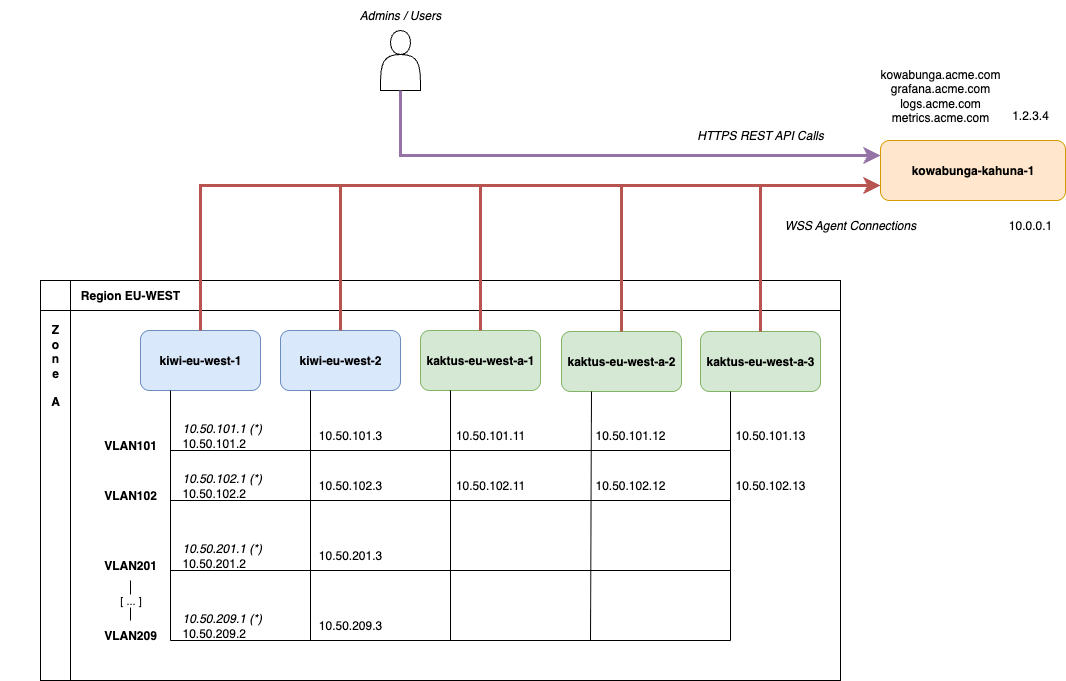
Earlier version of the draw.io export static/images/network-topology.png (kowabunga-cloud/kowabunga-cloud.github.io). Source tidied: cells renumbered, new cells last; positions are measured from the earlier drawing's top-left corner, leaving out a move shared by most shapes.
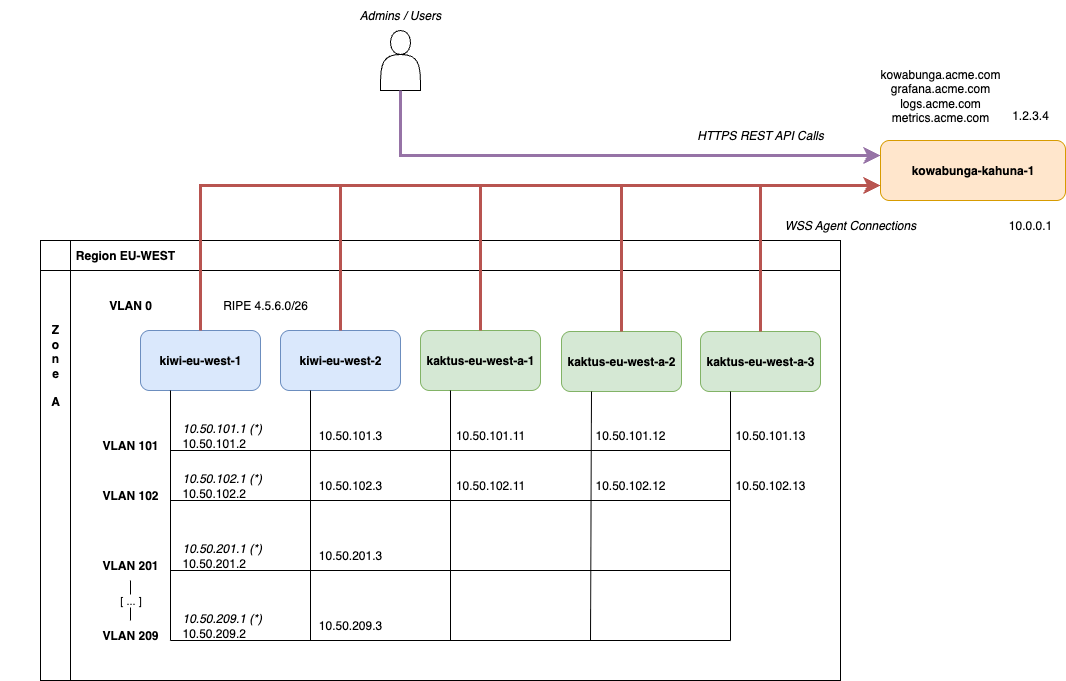
The same diagram one commit later.

Commit message:
docs: extend network topology and region's vnet/subnet creation

The edit, as a diff of the source:
```diff
@@ -3,7 +3,7 @@
     <mxCell id="0" />
     <mxCell id="1" parent="0" />
     <mxCell id="2" style="shape=internalStorage;whiteSpace=wrap;html=1;backgroundOutline=1;dx=30;dy=30;" parent="1" vertex="1">
-      <mxGeometry x="40" y="280" width="800" height="400" as="geometry" />
+      <mxGeometry x="40" y="240" width="800" height="440" as="geometry" />
     </mxCell>
     <mxCell id="3" value="kowabunga-kahuna-1" style="rounded=1;whiteSpace=wrap;html=1;fillColor=#ffe6cc;strokeColor=#d79b00;fontStyle=1;" parent="1" vertex="1">
       <mxGeometry x="880" y="140" width="185" height="60" as="geometry" />
@@ -63,7 +63,7 @@
         <mxPoint x="450" y="640" as="sourcePoint" />
       </mxGeometry>
     </mxCell>
-    <mxCell id="18" value="VLAN101" style="text;html=1;align=center;verticalAlign=middle;whiteSpace=wrap;rounded=0;fontStyle=1;" parent="1" vertex="1">
+    <mxCell id="18" value="VLAN 101" style="text;html=1;align=center;verticalAlign=middle;whiteSpace=wrap;rounded=0;fontStyle=1;" parent="1" vertex="1">
       <mxGeometry x="100" y="430" width="60" height="30" as="geometry" />
     </mxCell>
     <mxCell id="19" value="&lt;i&gt;10.50.101.1 (*)&lt;/i&gt;&lt;br&gt;10.50.101.2" style="text;html=1;align=left;verticalAlign=middle;whiteSpace=wrap;rounded=0;fontStyle=0;" parent="1" vertex="1">
@@ -87,7 +87,7 @@
         <mxPoint x="730" y="500" as="targetPoint" />
       </mxGeometry>
     </mxCell>
-    <mxCell id="25" value="VLAN102" style="text;html=1;align=center;verticalAlign=middle;whiteSpace=wrap;rounded=0;fontStyle=1;" parent="1" vertex="1">
+    <mxCell id="25" value="VLAN 102" style="text;html=1;align=center;verticalAlign=middle;whiteSpace=wrap;rounded=0;fontStyle=1;" parent="1" vertex="1">
       <mxGeometry x="100" y="480" width="60" height="30" as="geometry" />
     </mxCell>
     <mxCell id="26" value="10.50.102.1 (*)&lt;br&gt;&lt;span style=&quot;font-style: normal;&quot;&gt;10.50.102.2&lt;/span&gt;" style="text;html=1;align=left;verticalAlign=middle;whiteSpace=wrap;rounded=0;fontStyle=2;" parent="1" vertex="1">
@@ -111,7 +111,7 @@
         <mxPoint x="730" y="570" as="targetPoint" />
       </mxGeometry>
     </mxCell>
-    <mxCell id="32" value="VLAN201" style="text;html=1;align=center;verticalAlign=middle;whiteSpace=wrap;rounded=0;fontStyle=1;" parent="1" vertex="1">
+    <mxCell id="32" value="VLAN 201" style="text;html=1;align=center;verticalAlign=middle;whiteSpace=wrap;rounded=0;fontStyle=1;" parent="1" vertex="1">
       <mxGeometry x="100" y="550" width="60" height="30" as="geometry" />
     </mxCell>
     <mxCell id="33" value="&lt;i&gt;10.50.201.1 (*)&lt;br&gt;&lt;/i&gt;10.50.201.2" style="text;html=1;align=left;verticalAlign=middle;whiteSpace=wrap;rounded=0;" parent="1" vertex="1">
@@ -126,7 +126,7 @@
         <mxPoint x="730" y="640" as="targetPoint" />
       </mxGeometry>
     </mxCell>
-    <mxCell id="36" value="VLAN209" style="text;html=1;align=center;verticalAlign=middle;whiteSpace=wrap;rounded=0;fontStyle=1;" parent="1" vertex="1">
+    <mxCell id="36" value="VLAN 209" style="text;html=1;align=center;verticalAlign=middle;whiteSpace=wrap;rounded=0;fontStyle=1;" parent="1" vertex="1">
       <mxGeometry x="100" y="620" width="60" height="30" as="geometry" />
     </mxCell>
     <mxCell id="37" value="&lt;i&gt;10.50.209.1 (*)&lt;br&gt;&lt;/i&gt;10.50.209.2" style="text;html=1;align=left;verticalAlign=middle;whiteSpace=wrap;rounded=0;" parent="1" vertex="1">
@@ -139,7 +139,7 @@
       <mxGeometry relative="1" as="geometry" />
     </mxCell>
     <mxCell id="40" value="Region EU-WEST" style="text;html=1;align=center;verticalAlign=middle;whiteSpace=wrap;rounded=0;fontStyle=1;" parent="1" vertex="1">
-      <mxGeometry x="75" y="280" width="110" height="30" as="geometry" />
+      <mxGeometry x="70" y="240" width="110" height="30" as="geometry" />
     </mxCell>
     <mxCell id="41" value="Z&lt;br&gt;o&lt;br&gt;n&lt;br&gt;e&lt;br&gt;&lt;br&gt;A" style="text;html=1;align=center;verticalAlign=middle;whiteSpace=wrap;rounded=0;fontStyle=1;" parent="1" vertex="1">
       <mxGeometry y="350" width="110" height="30" as="geometry" />
@@ -198,5 +198,11 @@
     <mxCell id="51" value="Admins / Users" style="text;html=1;align=center;verticalAlign=middle;whiteSpace=wrap;rounded=0;fontStyle=2;" parent="1" vertex="1">
       <mxGeometry x="310" width="180" height="30" as="geometry" />
     </mxCell>
+    <mxCell id="52" value="RIPE 4.5.6.0/26" style="text;html=1;align=center;verticalAlign=middle;whiteSpace=wrap;rounded=0;" parent="1" vertex="1">
+      <mxGeometry x="210" y="290" width="110" height="30" as="geometry" />
+    </mxCell>
+    <mxCell id="53" value="VLAN 0" style="text;html=1;align=center;verticalAlign=middle;whiteSpace=wrap;rounded=0;fontStyle=1;" parent="1" vertex="1">
+      <mxGeometry x="100" y="290" width="60" height="30" as="geometry" />
+    </mxCell>
   </root>
 </mxGraphModel>
```
